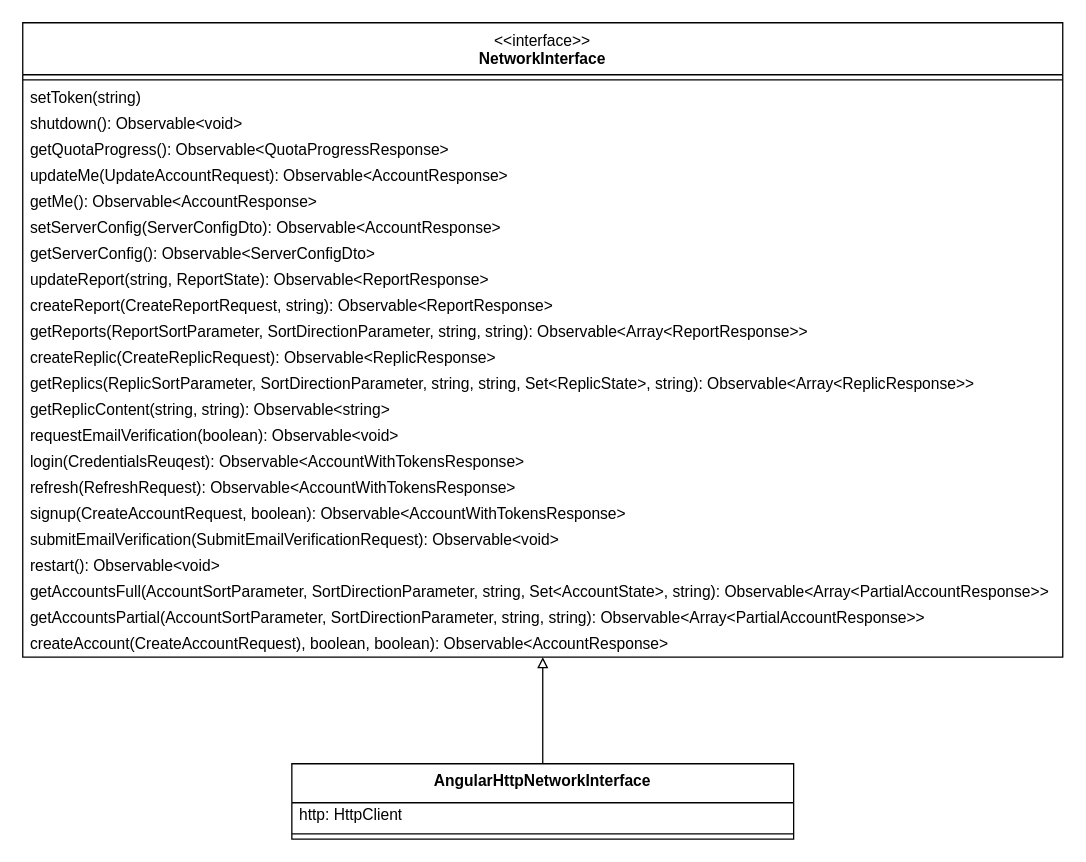
Above: content/drawio/class/client/common-networkinterface-p.drawio in replic-read/design (draw.io), before the change. Source tidied: cells renumbered, new cells numbered last; positions are measured from the earlier drawing's top-left corner, leaving out a move shared by most shapes. Both pictures are drawn from the tidied source at 130%, with x=0, y=0 at pixel (22, 22).
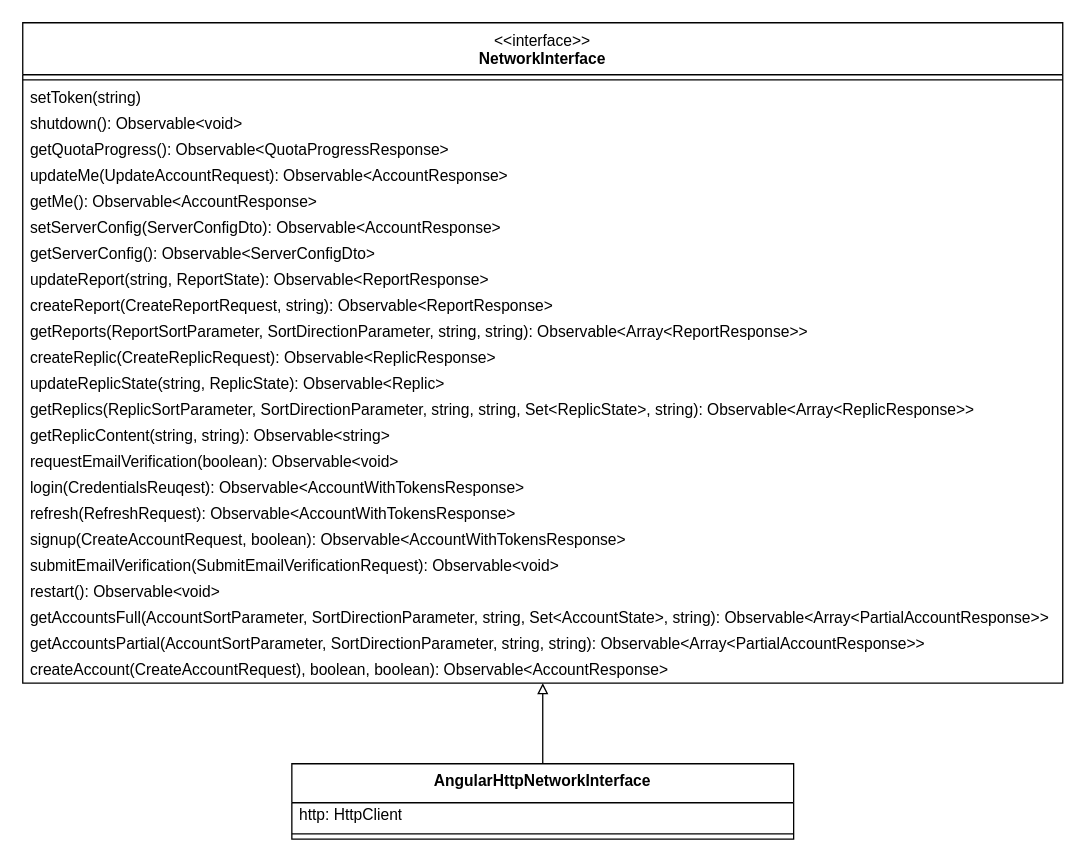
After the change.

What changed in the source:
```diff
@@
     <mxCell id="2" value="&amp;lt;&amp;lt;interface&amp;gt;&amp;gt;&lt;br&gt;&lt;b&gt;NetworkInterface&lt;/b&gt;&lt;div&gt;&lt;br&gt;&lt;/div&gt;" style="swimlane;fontStyle=0;align=center;verticalAlign=top;horizontal=1;startSize=40;html=1;whiteSpace=wrap;" parent="1" vertex="1">
-      <mxGeometry width="800" height="488" as="geometry" />
+      <mxGeometry width="800" height="508" as="geometry" />
     </mxCell>
@@
+    <mxCell id="30" value="updateReplicState(string, ReplicState): Observable&amp;lt;Replic&amp;gt;" style="text;html=1;strokeColor=none;fillColor=none;align=left;verticalAlign=middle;spacingLeft=4;spacingRight=4;overflow=hidden;whiteSpace=wrap;" parent="2" vertex="1">
+      <mxGeometry y="268" width="800" height="20" as="geometry" />
+    </mxCell>
     <mxCell id="15" value="getReplics(ReplicSortParameter, SortDirectionParameter, string, string, Set&amp;lt;ReplicState&amp;gt;, string): Observable&amp;lt;Array&amp;lt;ReplicResponse&amp;gt;&amp;gt;" style="text;html=1;strokeColor=none;fillColor=none;align=left;verticalAlign=middle;spacingLeft=4;spacingRight=4;overflow=hidden;whiteSpace=wrap;" parent="2" vertex="1">
-      <mxGeometry y="268" width="800" height="20" as="geometry" />
+      <mxGeometry y="288" width="800" height="20" as="geometry" />
     </mxCell>
     <mxCell id="16" value="getReplicContent(string, string): Observable&amp;lt;string&amp;gt;" style="text;html=1;strokeColor=none;fillColor=none;align=left;verticalAlign=middle;spacingLeft=4;spacingRight=4;overflow=hidden;whiteSpace=wrap;" parent="2" vertex="1">
-      <mxGeometry y="288" width="800" height="20" as="geometry" />
+      <mxGeometry y="308" width="800" height="20" as="geometry" />
     </mxCell>
     <mxCell id="17" value="requestEmailVerification(boolean): Observable&amp;lt;void&amp;gt;" style="text;html=1;strokeColor=none;fillColor=none;align=left;verticalAlign=middle;spacingLeft=4;spacingRight=4;overflow=hidden;whiteSpace=wrap;" parent="2" vertex="1">
-      <mxGeometry y="308" width="800" height="20" as="geometry" />
+      <mxGeometry y="328" width="800" height="20" as="geometry" />
     </mxCell>
     <mxCell id="18" value="login(CredentialsReuqest): Observable&amp;lt;AccountWithTokensResponse&amp;gt;" style="text;html=1;strokeColor=none;fillColor=none;align=left;verticalAlign=middle;spacingLeft=4;spacingRight=4;overflow=hidden;whiteSpace=wrap;" parent="2" vertex="1">
-      <mxGeometry y="328" width="800" height="20" as="geometry" />
+      <mxGeometry y="348" width="800" height="20" as="geometry" />
     </mxCell>
     <mxCell id="19" value="refresh(RefreshRequest): Observable&amp;lt;AccountWithTokensResponse&amp;gt;" style="text;html=1;strokeColor=none;fillColor=none;align=left;verticalAlign=middle;spacingLeft=4;spacingRight=4;overflow=hidden;whiteSpace=wrap;" parent="2" vertex="1">
-      <mxGeometry y="348" width="800" height="20" as="geometry" />
+      <mxGeometry y="368" width="800" height="20" as="geometry" />
     </mxCell>
     <mxCell id="20" value="signup(CreateAccountRequest, boolean): Observable&amp;lt;AccountWithTokensResponse&amp;gt;" style="text;html=1;strokeColor=none;fillColor=none;align=left;verticalAlign=middle;spacingLeft=4;spacingRight=4;overflow=hidden;whiteSpace=wrap;" parent="2" vertex="1">
-      <mxGeometry y="368" width="800" height="20" as="geometry" />
+      <mxGeometry y="388" width="800" height="20" as="geometry" />
     </mxCell>
     <mxCell id="21" value="submitEmailVerification(SubmitEmailVerificationRequest): Observable&amp;lt;void&amp;gt;" style="text;html=1;strokeColor=none;fillColor=none;align=left;verticalAlign=middle;spacingLeft=4;spacingRight=4;overflow=hidden;whiteSpace=wrap;" parent="2" vertex="1">
-      <mxGeometry y="388" width="800" height="20" as="geometry" />
+      <mxGeometry y="408" width="800" height="20" as="geometry" />
     </mxCell>
     <mxCell id="22" value="restart(): Observable&amp;lt;void&amp;gt;" style="text;html=1;strokeColor=none;fillColor=none;align=left;verticalAlign=middle;spacingLeft=4;spacingRight=4;overflow=hidden;whiteSpace=wrap;" parent="2" vertex="1">
-      <mxGeometry y="408" width="800" height="20" as="geometry" />
+      <mxGeometry y="428" width="800" height="20" as="geometry" />
     </mxCell>
     <mxCell id="23" value="getAccountsFull(AccountSortParameter, SortDirectionParameter, string, Set&amp;lt;AccountState&amp;gt;, string): Observable&amp;lt;Array&amp;lt;PartialAccountResponse&amp;gt;&amp;gt;" style="text;html=1;strokeColor=none;fillColor=none;align=left;verticalAlign=middle;spacingLeft=4;spacingRight=4;overflow=hidden;whiteSpace=wrap;" parent="2" vertex="1">
-      <mxGeometry y="428" width="800" height="20" as="geometry" />
+      <mxGeometry y="448" width="800" height="20" as="geometry" />
     </mxCell>
     <mxCell id="24" value="getAccountsPartial(AccountSortParameter, SortDirectionParameter, string, string): Observable&amp;lt;Array&amp;lt;PartialAccountResponse&amp;gt;&amp;gt;" style="text;html=1;strokeColor=none;fillColor=none;align=left;verticalAlign=middle;spacingLeft=4;spacingRight=4;overflow=hidden;whiteSpace=wrap;" parent="2" vertex="1">
-      <mxGeometry y="448" width="800" height="20" as="geometry" />
+      <mxGeometry y="468" width="800" height="20" as="geometry" />
     </mxCell>
     <mxCell id="25" value="createAccount(CreateAccountRequest), boolean, boolean): Observable&amp;lt;AccountResponse&amp;gt;" style="text;html=1;strokeColor=none;fillColor=none;align=left;verticalAlign=middle;spacingLeft=4;spacingRight=4;overflow=hidden;whiteSpace=wrap;" parent="2" vertex="1">
-      <mxGeometry y="468" width="800" height="20" as="geometry" />
+      <mxGeometry y="488" width="800" height="20" as="geometry" />
     </mxCell>
```
